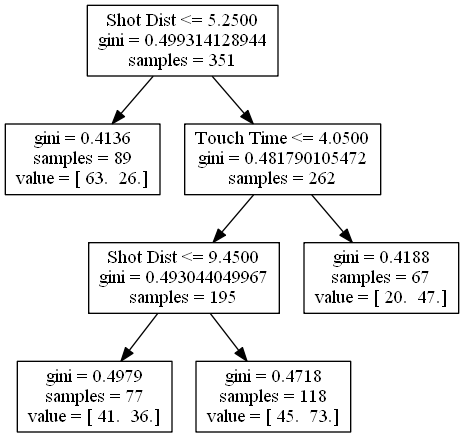
Earlier version of the Graphviz export al_jefferson.png (bveber/Analyze_NBA). Its source is kept beside it as al_jefferson.dot. Source of this version:
```dot
digraph Tree {
0 [label="Shot Dist <= 5.2500\ngini = 0.499314128944\nsamples = 351", shape="box"] ;
1 [label="gini = 0.4136\nsamples = 89\nvalue = [ 63.  26.]", shape="box"] ;
0 -> 1 ;
2 [label="Touch Time <= 4.0500\ngini = 0.481790105472\nsamples = 262", shape="box"] ;
0 -> 2 ;
3 [label="Shot Dist <= 9.4500\ngini = 0.493044049967\nsamples = 195", shape="box"] ;
2 -> 3 ;
4 [label="gini = 0.4979\nsamples = 77\nvalue = [ 41.  36.]", shape="box"] ;
3 -> 4 ;
5 [label="gini = 0.4718\nsamples = 118\nvalue = [ 45.  73.]", shape="box"] ;
3 -> 5 ;
6 [label="gini = 0.4188\nsamples = 67\nvalue = [ 20.  47.]", shape="box"] ;
2 -> 6 ;
}
```
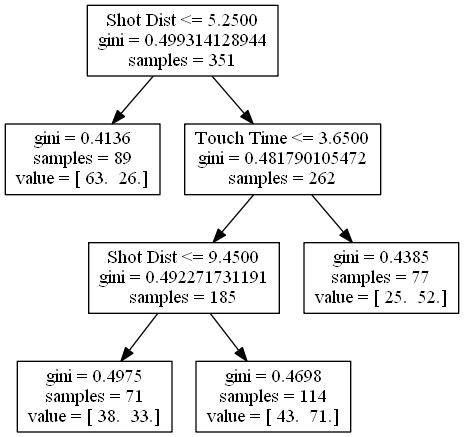
Above is the later version.

Diff of the diagram source:
```diff
@@ -2,14 +2,14 @@
 0 [label="Shot Dist <= 5.2500\ngini = 0.499314128944\nsamples = 351", shape="box"] ;
 1 [label="gini = 0.4136\nsamples = 89\nvalue = [ 63.  26.]", shape="box"] ;
 0 -> 1 ;
-2 [label="Touch Time <= 4.0500\ngini = 0.481790105472\nsamples = 262", shape="box"] ;
+2 [label="Touch Time <= 3.6500\ngini = 0.481790105472\nsamples = 262", shape="box"] ;
 0 -> 2 ;
-3 [label="Shot Dist <= 9.4500\ngini = 0.493044049967\nsamples = 195", shape="box"] ;
+3 [label="Shot Dist <= 9.4500\ngini = 0.492271731191\nsamples = 185", shape="box"] ;
 2 -> 3 ;
-4 [label="gini = 0.4979\nsamples = 77\nvalue = [ 41.  36.]", shape="box"] ;
+4 [label="gini = 0.4975\nsamples = 71\nvalue = [ 38.  33.]", shape="box"] ;
 3 -> 4 ;
-5 [label="gini = 0.4718\nsamples = 118\nvalue = [ 45.  73.]", shape="box"] ;
+5 [label="gini = 0.4698\nsamples = 114\nvalue = [ 43.  71.]", shape="box"] ;
 3 -> 5 ;
-6 [label="gini = 0.4188\nsamples = 67\nvalue = [ 20.  47.]", shape="box"] ;
+6 [label="gini = 0.4385\nsamples = 77\nvalue = [ 25.  52.]", shape="box"] ;
 2 -> 6 ;
 }
```
